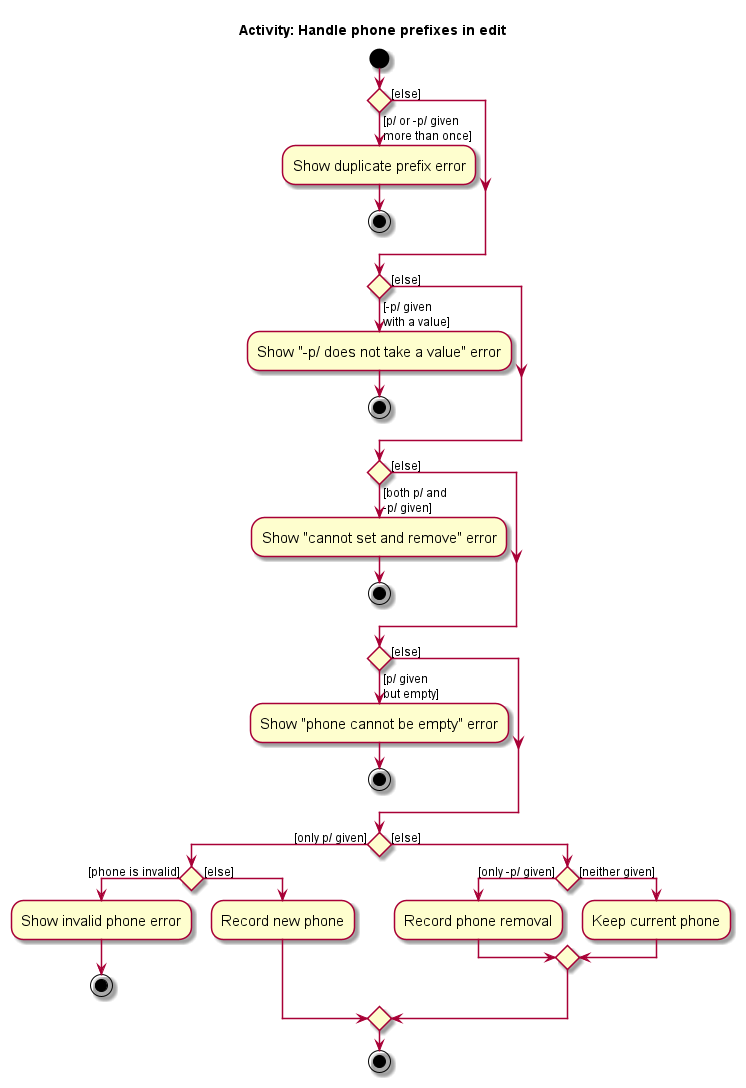
This is docs/images/EditPhoneActivityDiagram.png from AY2627S1-CS2103T-W10-2/tp, a PlantUML export, as it was before one commit.
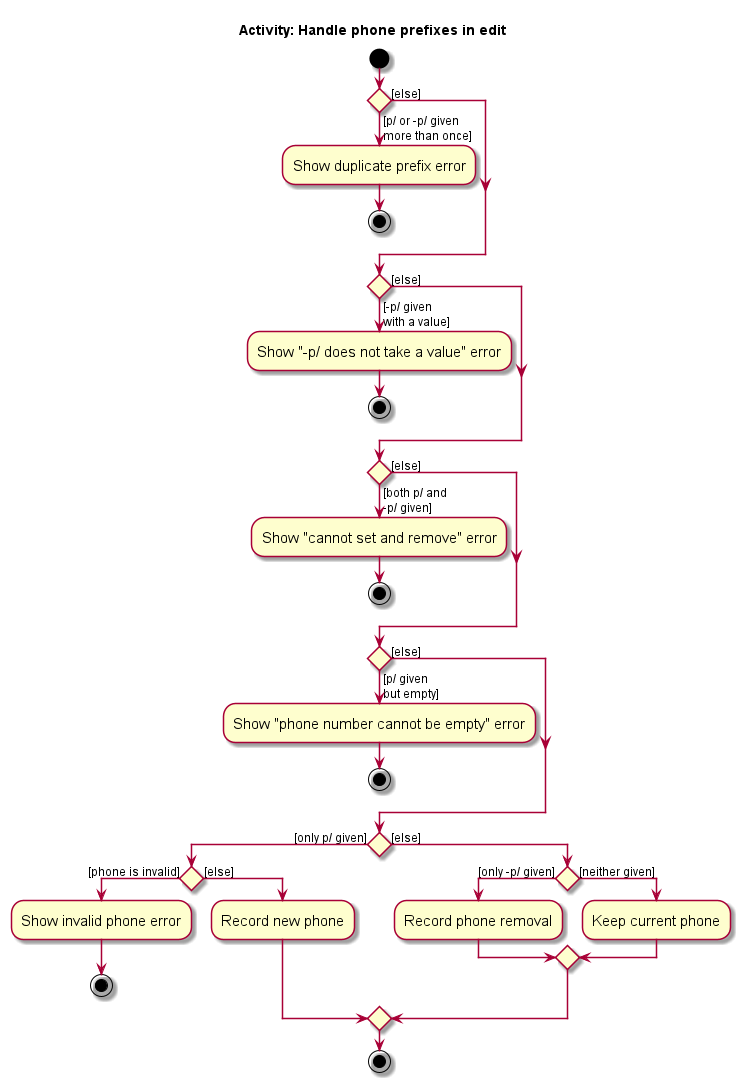
The same diagram one commit later.

Commit message:
DG: Quote real empty-phone error in edit diagram

The edit phone activity diagram labels the empty-phone error as
"phone cannot be empty", but edit shows "Phone number cannot be
empty". A quoted label reads as the exact message, so let's quote the
message the user sees.

Diff of the diagram source:
```diff
@@ -25,7 +25,7 @@
 endif
 
 if () then ([p/ given\nbut empty])
-    :Show "phone cannot be empty" error;
+    :Show "phone number cannot be empty" error;
     stop
 else ([else])
 endif
```
